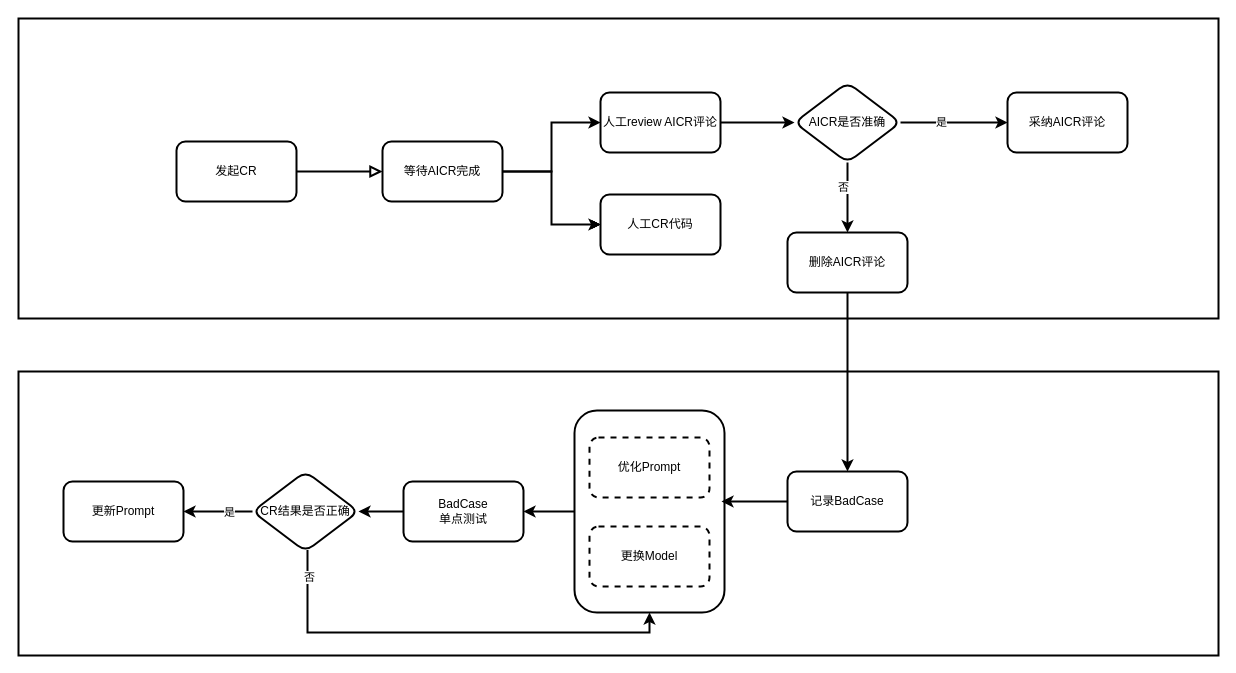
Above: AICR迭代流程.drawio in Zsynuting/diagram (draw.io), before the change. Source tidied: cells renumbered, new cells numbered last; positions are measured from the earlier drawing's top-left corner, leaving out a move shared by most shapes. Both pictures are drawn from the tidied source at 100%, with x=0, y=0 at pixel (18, 18).
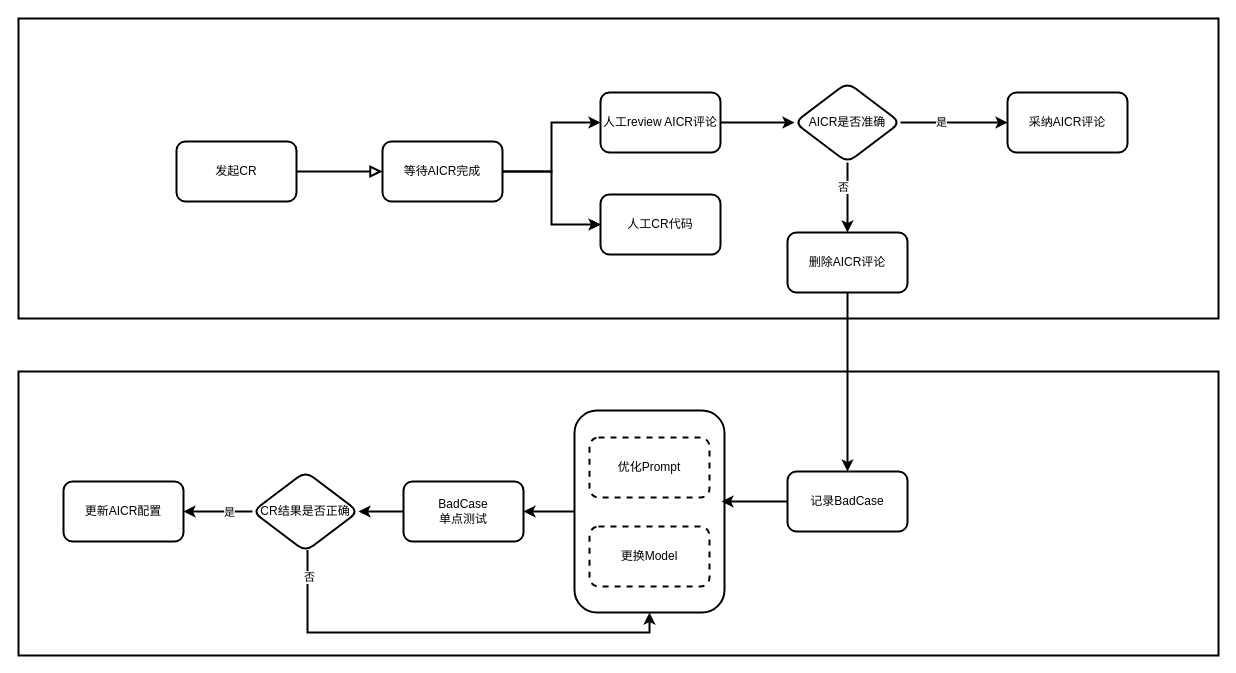
The same diagram, later.

Commit message (it also covers changes not shown here):
更新AICR迭代流程.drawio

Diff of the diagram source:
```diff
@@
-    <mxCell id="29" value="更新Prompt" style="whiteSpace=wrap;html=1;rounded=1;glass=0;strokeWidth=2;shadow=0;" parent="1" vertex="1">
+    <mxCell id="29" value="更新AICR配置" style="whiteSpace=wrap;html=1;rounded=1;glass=0;strokeWidth=2;shadow=0;" parent="1" vertex="1">
       <mxGeometry x="45" y="463" width="120" height="60" as="geometry" />
     </mxCell>
```
